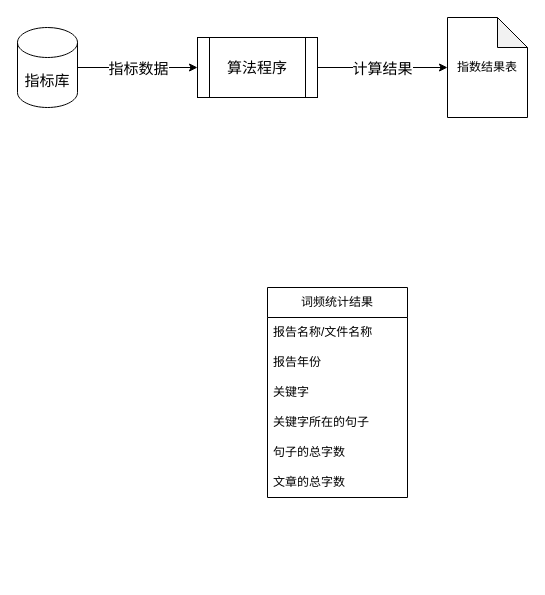
wangzijia122/drawio_repository keeps this draw.io diagram as 指数算法数据流.drawio. Above is the earlier version. Source tidied: cells renumbered, new cells numbered last; positions are measured from the earlier drawing's top-left corner, leaving out a move shared by most shapes. Both pictures are drawn from the tidied source at 100%, with x=0, y=0 at pixel (17, 17).
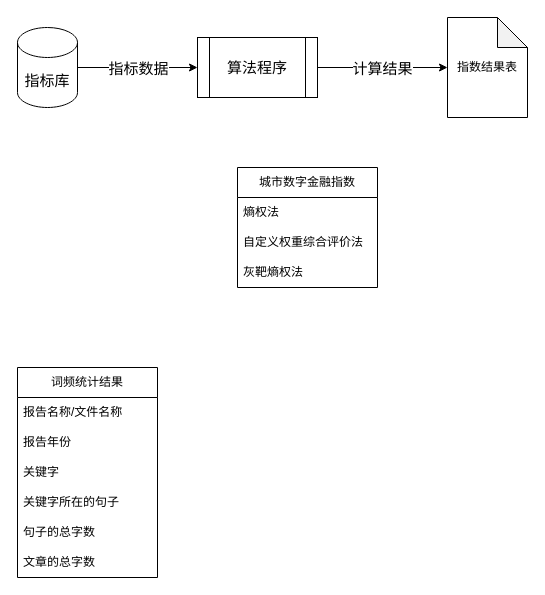
After the change.

Commit message:
更新指数算法数据流.drawio

Diff of the diagram source:
```diff
@@
     <mxCell id="9" value="词频统计结果" style="swimlane;fontStyle=0;horizontal=1;startSize=30;whiteSpace=wrap;html=1;" parent="1" vertex="1">
-      <mxGeometry x="250" y="270" width="140" height="210" as="geometry" />
+      <mxGeometry y="350" width="140" height="210" as="geometry" />
     </mxCell>
@@
+    <mxCell id="16" value="城市数字金融指数" style="swimlane;fontStyle=0;horizontal=1;startSize=30;whiteSpace=wrap;html=1;" parent="1" vertex="1">
+      <mxGeometry x="220" y="150" width="140" height="120" as="geometry" />
+    </mxCell>
+    <mxCell id="17" value="熵权法" style="text;strokeColor=none;fillColor=none;align=left;verticalAlign=middle;spacingLeft=4;spacingRight=4;overflow=hidden;whiteSpace=wrap;html=1;" parent="16" vertex="1">
+      <mxGeometry y="30" width="140" height="30" as="geometry" />
+    </mxCell>
+    <mxCell id="18" value="自定义权重综合评价法" style="text;strokeColor=none;fillColor=none;align=left;verticalAlign=middle;spacingLeft=4;spacingRight=4;overflow=hidden;whiteSpace=wrap;html=1;" parent="16" vertex="1">
+      <mxGeometry y="60" width="140" height="30" as="geometry" />
+    </mxCell>
+    <mxCell id="19" value="灰靶熵权法" style="text;strokeColor=none;fillColor=none;align=left;verticalAlign=middle;spacingLeft=4;spacingRight=4;overflow=hidden;whiteSpace=wrap;html=1;" parent="16" vertex="1">
+      <mxGeometry y="90" width="140" height="30" as="geometry" />
+    </mxCell>
```
